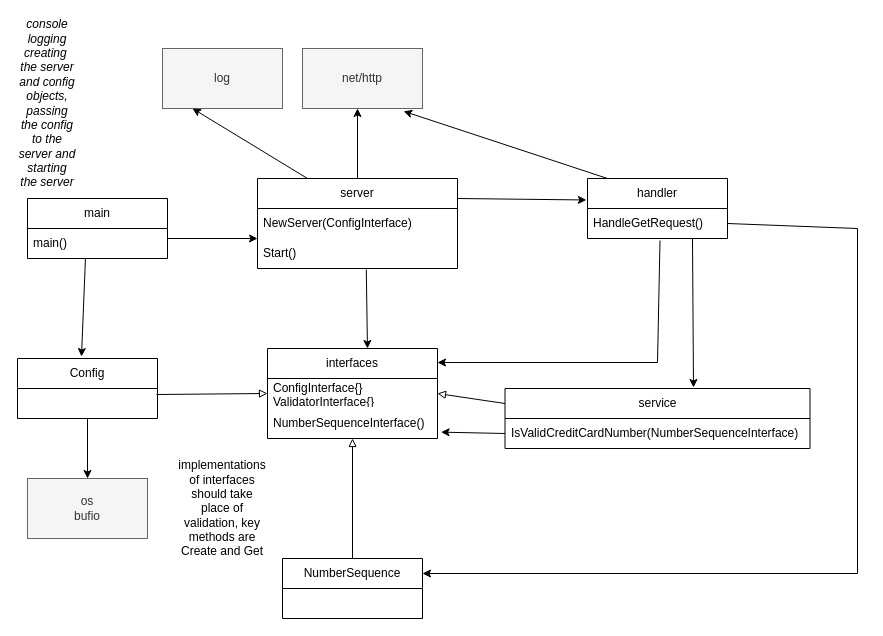
This is class-diagram.drawio from Wirt4/luhn-credit-card-validator, a draw.io file, before an edit. Source tidied: cells renumbered, new cells numbered last; positions are measured from the earlier drawing's top-left corner, leaving out a move shared by most shapes. Both pictures are drawn from the tidied source at 100%, with x=0, y=0 at pixel (17, 48).
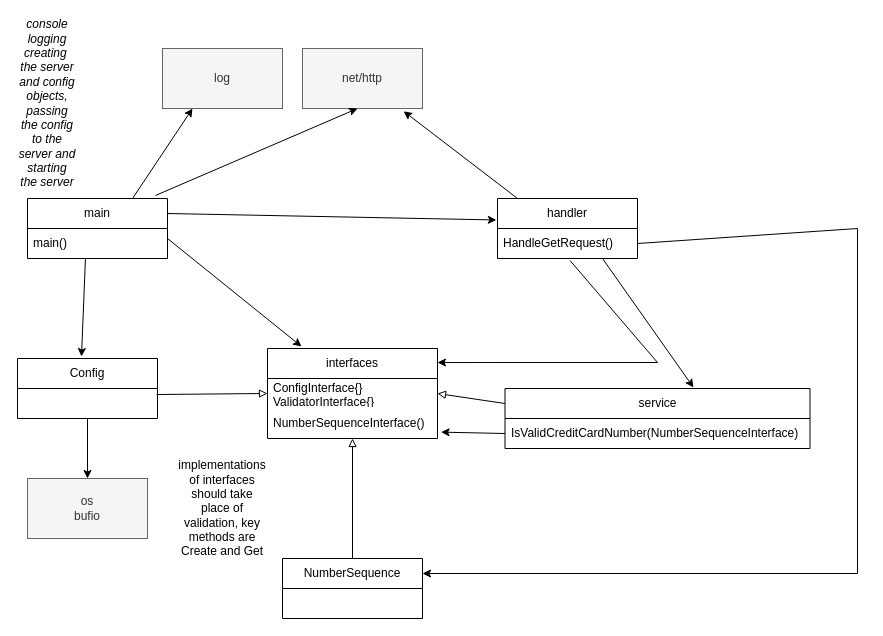
After the change.

Unchanged cells that the change refers to:
```xml
<mxCell id="2" value="main" style="swimlane;fontStyle=0;horizontal=1;startSize=30;whiteSpace=wrap;html=1;" parent="1" vertex="1">
  <mxGeometry x="10" y="150" width="140" height="60" as="geometry" />
</mxCell>
<mxCell id="10" value="interfaces" style="swimlane;fontStyle=0;horizontal=1;startSize=30;whiteSpace=wrap;html=1;" parent="1" vertex="1">
  <mxGeometry x="250" y="300" width="170" height="90" as="geometry" />
</mxCell>
<mxCell id="30" value="log" style="rounded=0;whiteSpace=wrap;html=1;fillColor=#f5f5f5;fontColor=#333333;strokeColor=#666666;" parent="1" vertex="1">
  <mxGeometry x="145" width="120" height="60" as="geometry" />
</mxCell>
```

Change to the diagram source:
```diff
@@
-    <mxCell id="4" value="server" style="swimlane;fontStyle=0;horizontal=1;startSize=30;whiteSpace=wrap;html=1;" parent="1" vertex="1">
-      <mxGeometry x="240" y="130" width="200" height="90" as="geometry" />
-    </mxCell>
-    <mxCell id="5" value="NewServer(ConfigInterface)" style="text;strokeColor=none;fillColor=none;align=left;verticalAlign=middle;spacingLeft=4;spacingRight=4;overflow=hidden;whiteSpace=wrap;html=1;" parent="4" vertex="1">
-      <mxGeometry y="30" width="200" height="30" as="geometry" />
-    </mxCell>
-    <mxCell id="6" value="Start()" style="text;strokeColor=none;fillColor=none;align=left;verticalAlign=middle;spacingLeft=4;spacingRight=4;overflow=hidden;points=[[0,0.5],[1,0.5]];portConstraint=eastwest;whiteSpace=wrap;html=1;" parent="4" vertex="1">
-      <mxGeometry y="60" width="200" height="30" as="geometry" />
-    </mxCell>
@@
-    <mxCell id="8" style="endArrow=classic;html=1;rounded=0;" parent="1" edge="1">
+    <mxCell id="8" style="endArrow=classic;html=1;rounded=0;entryX=0.2;entryY=-0.022;entryDx=0;entryDy=0;entryPerimeter=0;" parent="1" edge="1" target="10">
       <mxGeometry relative="1" as="geometry">
         <mxPoint x="150" y="190" as="sourcePoint" />
-        <mxPoint x="240" y="190" as="targetPoint" />
       </mxGeometry>
     </mxCell>
@@
     <mxCell id="14" value="handler" style="swimlane;fontStyle=0;horizontal=1;startSize=30;whiteSpace=wrap;html=1;" parent="1" vertex="1">
-      <mxGeometry x="570" y="130" width="140" height="60" as="geometry" />
+      <mxGeometry x="480" y="150" width="140" height="60" as="geometry" />
     </mxCell>
@@
-    <mxCell id="19" style="endArrow=classic;html=1;rounded=0;entryX=-0.008;entryY=0.358;entryDx=0;entryDy=0;entryPerimeter=0;" parent="1" edge="1" target="14">
-      <mxGeometry relative="1" as="geometry">
-        <mxPoint x="440" y="150" as="sourcePoint" />
-      </mxGeometry>
+    <mxCell id="19" style="endArrow=classic;html=1;rounded=0;entryX=-0.008;entryY=0.358;entryDx=0;entryDy=0;entryPerimeter=0;exitX=1;exitY=0.25;exitDx=0;exitDy=0;" parent="1" edge="1" source="2" target="14">
+      <mxGeometry relative="1" as="geometry" />
     </mxCell>
@@
-    <mxCell id="24" style="endArrow=classic;html=1;rounded=0;entryX=0.588;entryY=0;entryDx=0;entryDy=0;entryPerimeter=0;exitX=0.544;exitY=1.035;exitDx=0;exitDy=0;exitPerimeter=0;" parent="1" edge="1" source="6" target="10">
-      <mxGeometry relative="1" as="geometry" />
-    </mxCell>
@@
-    <mxCell id="29" style="endArrow=classic;html=1;rounded=0;exitX=0.5;exitY=0;exitDx=0;exitDy=0;" parent="1" edge="1" source="4">
+    <mxCell id="29" style="endArrow=classic;html=1;rounded=0;exitX=0.914;exitY=-0.05;exitDx=0;exitDy=0;exitPerimeter=0;" parent="1" edge="1" source="2">
       <mxGeometry relative="1" as="geometry">
         <mxPoint x="340" y="60" as="targetPoint" />
       </mxGeometry>
     </mxCell>
@@
-    <mxCell id="31" style="endArrow=classic;html=1;rounded=0;entryX=0.25;entryY=1;entryDx=0;entryDy=0;exitX=0.25;exitY=0;exitDx=0;exitDy=0;" parent="1" edge="1" source="4" target="30">
+    <mxCell id="31" style="endArrow=classic;html=1;rounded=0;entryX=0.25;entryY=1;entryDx=0;entryDy=0;exitX=0.75;exitY=0;exitDx=0;exitDy=0;" parent="1" edge="1" source="2" target="30">
       <mxGeometry relative="1" as="geometry" />
     </mxCell>
```
